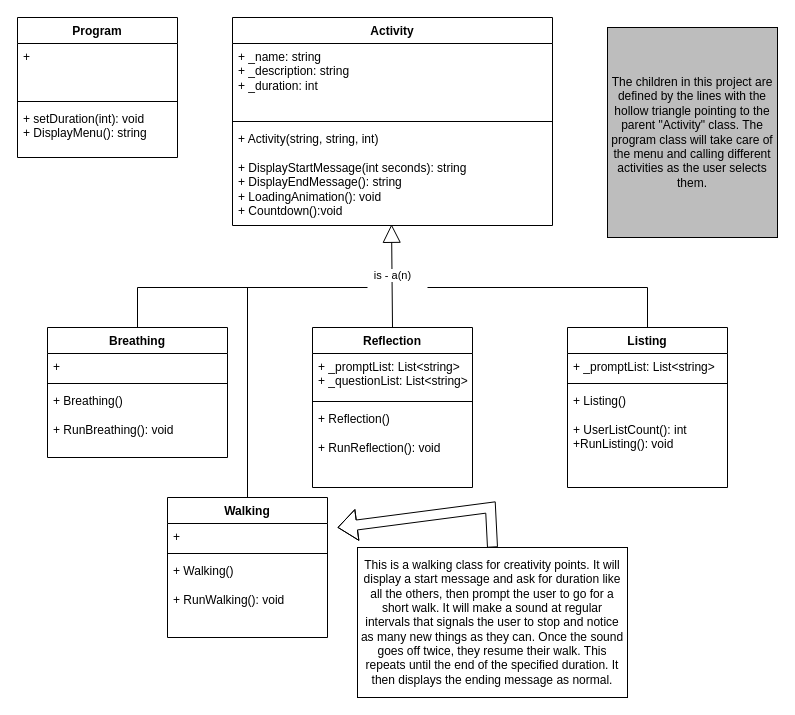
This is Mindfulness.drawio from KayleeWild/cse210, a draw.io file, before an edit. Source tidied: cells renumbered, new cells numbered last; positions are measured from the earlier drawing's top-left corner, leaving out a move shared by most shapes. Both pictures are drawn from the tidied source at 100%, with x=0, y=0 at pixel (17, 17).
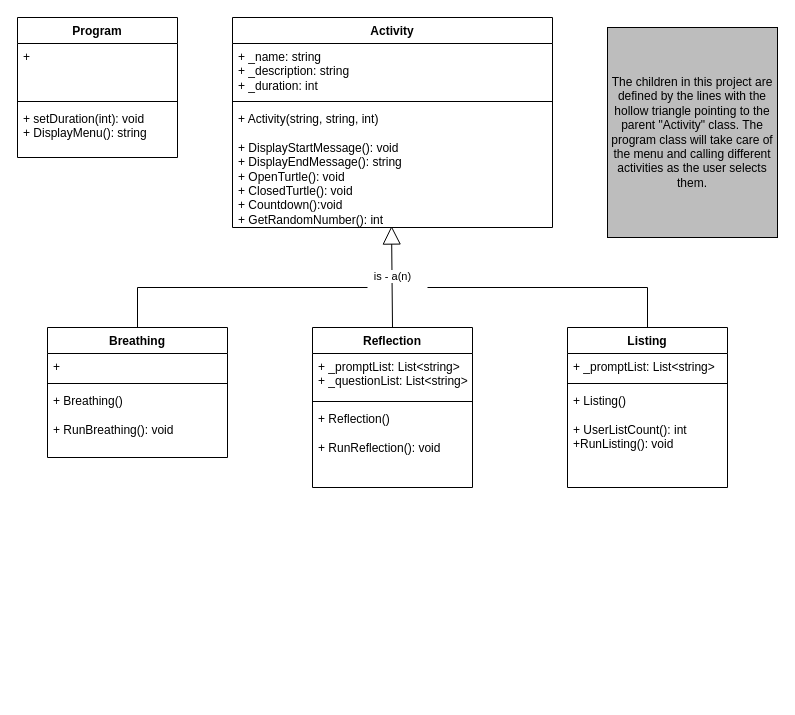
After the change.

Commit message (it also covers changes not shown here):
finished mindfulness program

Unchanged cells that the change refers to:
```xml
<mxCell id="14" value="Reflection" style="swimlane;fontStyle=1;align=center;verticalAlign=top;horizontal=1;startSize=26;whiteSpace=wrap;html=1;" parent="1" vertex="1">
  <mxGeometry x="295" y="310" width="160" height="160" as="geometry" />
</mxCell>
```

What changed in the source:
```diff
@@
     <mxCell id="2" value="Activity" style="swimlane;fontStyle=1;align=center;verticalAlign=top;horizontal=1;startSize=26;whiteSpace=wrap;html=1;" parent="1" vertex="1">
-      <mxGeometry x="215" width="320" height="208" as="geometry" />
+      <mxGeometry x="215" width="320" height="210" as="geometry" />
     </mxCell>
     <mxCell id="3" value="+ _name: string&lt;div&gt;+ _description: string&lt;/div&gt;&lt;div&gt;+ _duration: int&lt;br&gt;&lt;div&gt;&lt;br&gt;&lt;/div&gt;&lt;/div&gt;" style="text;strokeColor=none;fillColor=none;align=left;verticalAlign=top;spacingLeft=4;spacingRight=4;overflow=hidden;whiteSpace=wrap;html=1;" parent="2" vertex="1">
-      <mxGeometry y="26" width="320" height="74" as="geometry" />
+      <mxGeometry y="26" width="320" height="54" as="geometry" />
     </mxCell>
     <mxCell id="4" style="line;strokeWidth=1;fillColor=none;align=left;verticalAlign=middle;spacingTop=-1;spacingLeft=3;spacingRight=3;labelPosition=right;strokeColor=inherit;" parent="2" vertex="1">
-      <mxGeometry y="100" width="320" height="8" as="geometry" />
+      <mxGeometry y="80" width="320" height="8" as="geometry" />
     </mxCell>
-    <mxCell id="5" value="&lt;div&gt;+ Activity(string, string, int)&lt;/div&gt;&lt;div&gt;&lt;br&gt;&lt;/div&gt;&lt;div&gt;+ DisplayStartMessage(int seconds): string&lt;/div&gt;&lt;div&gt;+ DisplayEndMessage(): string&lt;br&gt;&lt;/div&gt;&lt;div&gt;+ LoadingAnimation(): void&lt;/div&gt;&lt;div&gt;&lt;div&gt;+ Countdown():void&lt;/div&gt;&lt;/div&gt;&lt;div&gt;&lt;br&gt;&lt;/div&gt;" style="text;strokeColor=none;fillColor=none;align=left;verticalAlign=top;spacingLeft=4;spacingRight=4;overflow=hidden;points=[[0,0.5],[1,0.5]];portConstraint=eastwest;whiteSpace=wrap;html=1;" parent="2" vertex="1">
-      <mxGeometry y="108" width="320" height="100" as="geometry" />
+    <mxCell id="5" value="&lt;div&gt;+ Activity(string, string, int)&lt;/div&gt;&lt;div&gt;&lt;br&gt;&lt;/div&gt;&lt;div&gt;+ DisplayStartMessage(): void&lt;/div&gt;&lt;div&gt;+ DisplayEndMessage(): string&lt;br&gt;&lt;/div&gt;&lt;div&gt;&lt;span style=&quot;background-color: initial;&quot;&gt;+ OpenTurtle(): void&lt;/span&gt;&lt;/div&gt;&lt;div&gt;&lt;span style=&quot;background-color: initial;&quot;&gt;+ ClosedTurtle(): void&lt;/span&gt;&lt;/div&gt;&lt;div&gt;&lt;span style=&quot;background-color: initial;&quot;&gt;+ Countdown():void&lt;/span&gt;&lt;br&gt;&lt;/div&gt;&lt;div&gt;+ GetRandomNumber(): int&lt;span style=&quot;background-color: initial;&quot;&gt;&lt;br&gt;&lt;/span&gt;&lt;/div&gt;&lt;div&gt;&lt;br&gt;&lt;/div&gt;" style="text;strokeColor=none;fillColor=none;align=left;verticalAlign=top;spacingLeft=4;spacingRight=4;overflow=hidden;points=[[0,0.5],[1,0.5]];portConstraint=eastwest;whiteSpace=wrap;html=1;" parent="2" vertex="1">
+      <mxGeometry y="88" width="320" height="122" as="geometry" />
     </mxCell>
@@
-    <mxCell id="17" value="+ Reflection()&lt;div&gt;&lt;br&gt;&lt;/div&gt;&lt;div&gt;+ RunReflection(): void&lt;/div&gt;" style="text;strokeColor=none;fillColor=none;align=left;verticalAlign=top;spacingLeft=4;spacingRight=4;overflow=hidden;whiteSpace=wrap;html=1;" parent="14" vertex="1">
+    <mxCell id="17" value="+ Reflection()&lt;div&gt;&lt;br&gt;&lt;/div&gt;&lt;div&gt;+ RunReflection(): void&lt;/div&gt;&lt;div&gt;&lt;br&gt;&lt;/div&gt;" style="text;strokeColor=none;fillColor=none;align=left;verticalAlign=top;spacingLeft=4;spacingRight=4;overflow=hidden;whiteSpace=wrap;html=1;" parent="14" vertex="1">
       <mxGeometry y="78" width="160" height="82" as="geometry" />
     </mxCell>
@@
-    <mxCell id="25" value="Walking" style="swimlane;fontStyle=1;align=center;verticalAlign=top;horizontal=1;startSize=26;whiteSpace=wrap;html=1;" parent="1" vertex="1">
-      <mxGeometry x="150" y="480" width="160" height="140" as="geometry" />
-    </mxCell>
-    <mxCell id="26" value="+" style="text;strokeColor=none;fillColor=none;align=left;verticalAlign=top;spacingLeft=4;spacingRight=4;overflow=hidden;whiteSpace=wrap;html=1;" parent="25" vertex="1">
-      <mxGeometry y="26" width="160" height="26" as="geometry" />
-    </mxCell>
-    <mxCell id="27" style="line;strokeWidth=1;fillColor=none;align=left;verticalAlign=middle;spacingTop=-1;spacingLeft=3;spacingRight=3;labelPosition=right;strokeColor=inherit;" parent="25" vertex="1">
-      <mxGeometry y="52" width="160" height="8" as="geometry" />
-    </mxCell>
-    <mxCell id="28" value="&lt;div&gt;&lt;span style=&quot;background-color: initial;&quot;&gt;+ Walking(&lt;/span&gt;&lt;span style=&quot;background-color: initial;&quot;&gt;)&lt;/span&gt;&lt;/div&gt;&lt;div&gt;&lt;span style=&quot;background-color: initial;&quot;&gt;&lt;br&gt;&lt;/span&gt;&lt;/div&gt;&lt;div&gt;&lt;span style=&quot;background-color: initial;&quot;&gt;+ RunWalking(): void&lt;/span&gt;&lt;/div&gt;" style="text;strokeColor=none;fillColor=none;align=left;verticalAlign=top;spacingLeft=4;spacingRight=4;overflow=hidden;whiteSpace=wrap;html=1;" parent="25" vertex="1">
-      <mxGeometry y="60" width="160" height="80" as="geometry" />
-    </mxCell>
-    <mxCell id="29" style="endArrow=none;html=1;rounded=0;exitX=0.5;exitY=0;exitDx=0;exitDy=0;" parent="1" edge="1" source="25">
-      <mxGeometry relative="1" as="geometry">
-        <mxPoint x="230" y="270" as="targetPoint" />
-      </mxGeometry>
-    </mxCell>
-    <mxCell id="30" value="This is a walking class for creativity points. It will display a start message and ask for duration like all the others, then prompt the user to go for a short walk. It will make a sound at regular intervals that signals the user to stop and notice as many new things as they can. Once the sound goes off twice, they resume their walk. This repeats until the end of the specified duration. It then displays the ending message as normal." style="text;html=1;align=center;verticalAlign=middle;whiteSpace=wrap;rounded=0;strokeColor=#000000;" parent="1" vertex="1">
-      <mxGeometry x="340" y="530" width="270" height="150" as="geometry" />
-    </mxCell>
-    <mxCell id="31" style="shape=flexArrow;endArrow=classic;html=1;rounded=0;exitX=0.5;exitY=0;exitDx=0;exitDy=0;" parent="1" edge="1" source="30">
-      <mxGeometry relative="1" as="geometry">
-        <mxPoint x="320" y="510" as="targetPoint" />
-        <Array as="points">
-          <mxPoint x="473" y="490" />
-        </Array>
-      </mxGeometry>
-    </mxCell>
```
